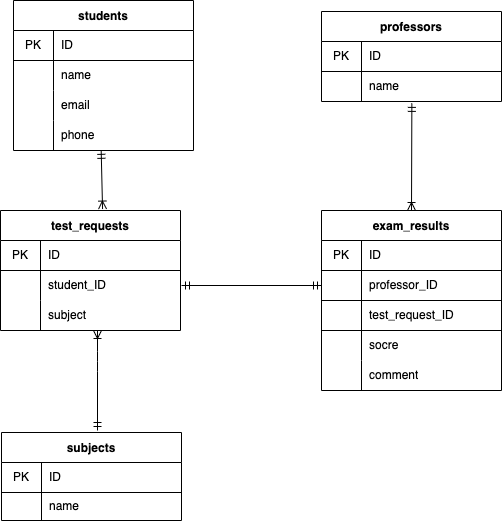
Earlier version of the draw.io export exercice.drawio.png (diaaa0219/drawio_exercice8). Source tidied: cells renumbered, new cells last; positions are measured from the earlier drawing's top-left corner, leaving out a move shared by most shapes.
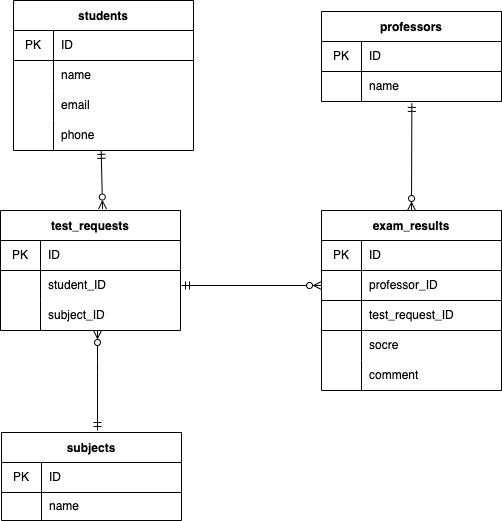
After the commit.

Change to the diagram source:
```diff
@@ -41,7 +41,7 @@
     <mxCell id="14" value="phone" style="shape=partialRectangle;html=1;whiteSpace=wrap;fillColor=none;top=0;left=0;bottom=0;right=0;align=left;spacingLeft=6;overflow=hidden;" parent="12" vertex="1">
       <mxGeometry x="40" width="140" height="30" as="geometry" />
     </mxCell>
-    <mxCell id="15" style="edgeStyle=none;html=1;exitX=0.567;exitY=-0.012;exitDx=0;exitDy=0;endArrow=ERmandOne;endFill=0;startArrow=ERoneToMany;startFill=0;entryX=0.501;entryY=0.961;entryDx=0;entryDy=0;entryPerimeter=0;exitPerimeter=0;" parent="1" edge="1" source="24">
+    <mxCell id="15" style="edgeStyle=none;html=1;exitX=0.567;exitY=-0.012;exitDx=0;exitDy=0;endArrow=ERmandOne;endFill=0;startArrow=ERzeroToMany;startFill=0;entryX=0.501;entryY=0.961;entryDx=0;entryDy=0;entryPerimeter=0;exitPerimeter=0;" parent="1" edge="1" source="24">
       <mxGeometry relative="1" as="geometry">
         <mxPoint x="100.7" y="149.8" as="targetPoint" />
       </mxGeometry>
@@ -67,7 +67,7 @@
     <mxCell id="22" value="name" style="shape=partialRectangle;html=1;whiteSpace=wrap;fillColor=none;top=0;left=0;bottom=0;right=0;align=left;spacingLeft=6;overflow=hidden;" parent="20" vertex="1">
       <mxGeometry x="40" width="140" height="30" as="geometry" />
     </mxCell>
-    <mxCell id="23" style="edgeStyle=none;html=1;startArrow=ERmandOne;startFill=0;endArrow=ERoneToMany;endFill=0;" parent="1" edge="1">
+    <mxCell id="23" style="edgeStyle=none;html=1;startArrow=ERmandOne;startFill=0;endArrow=ERzeroToMany;endFill=0;" parent="1" edge="1">
       <mxGeometry relative="1" as="geometry">
         <mxPoint x="97" y="430" as="sourcePoint" />
         <mxPoint x="97" y="330" as="targetPoint" />
@@ -103,7 +103,7 @@
     <mxCell id="32" style="shape=partialRectangle;html=1;whiteSpace=wrap;fillColor=none;top=0;left=0;bottom=0;right=0;overflow=hidden;" parent="31" vertex="1">
       <mxGeometry width="40" height="30" as="geometry" />
     </mxCell>
-    <mxCell id="33" value="subject" style="shape=partialRectangle;html=1;whiteSpace=wrap;fillColor=none;top=0;left=0;bottom=0;right=0;align=left;spacingLeft=6;overflow=hidden;" parent="31" vertex="1">
+    <mxCell id="33" value="subject_ID" style="shape=partialRectangle;html=1;whiteSpace=wrap;fillColor=none;top=0;left=0;bottom=0;right=0;align=left;spacingLeft=6;overflow=hidden;" parent="31" vertex="1">
       <mxGeometry x="40" width="140" height="30" as="geometry" />
     </mxCell>
     <mxCell id="34" value="subjects" style="shape=table;startSize=30;rowLines=0;fontStyle=1;align=center;" parent="1" vertex="1">
@@ -127,7 +127,7 @@
     <mxCell id="40" value="name" style="shape=partialRectangle;html=1;whiteSpace=wrap;fillColor=none;top=0;left=0;bottom=0;right=0;align=left;spacingLeft=6;overflow=hidden;" parent="38" vertex="1">
       <mxGeometry x="40" width="140" height="28" as="geometry" />
     </mxCell>
-    <mxCell id="41" style="edgeStyle=none;html=1;exitX=0.5;exitY=0;exitDx=0;exitDy=0;entryX=0.502;entryY=1.063;entryDx=0;entryDy=0;entryPerimeter=0;startArrow=ERoneToMany;startFill=0;endArrow=ERmandOne;endFill=0;" parent="1" edge="1" source="42" target="20">
+    <mxCell id="41" style="edgeStyle=none;html=1;exitX=0.5;exitY=0;exitDx=0;exitDy=0;entryX=0.502;entryY=1.063;entryDx=0;entryDy=0;entryPerimeter=0;startArrow=ERzeroToMany;startFill=0;endArrow=ERmandOne;endFill=0;" parent="1" edge="1" source="42" target="20">
       <mxGeometry relative="1" as="geometry" />
     </mxCell>
     <mxCell id="42" value="exam_results" style="shape=table;startSize=30;rowLines=0;fontStyle=1;align=center;" parent="1" vertex="1">
@@ -178,7 +178,7 @@
     <mxCell id="57" value="comment" style="shape=partialRectangle;html=1;whiteSpace=wrap;fillColor=none;top=0;left=0;bottom=0;right=0;align=left;spacingLeft=6;overflow=hidden;" parent="55" vertex="1">
       <mxGeometry x="40" width="140" height="30" as="geometry" />
     </mxCell>
-    <mxCell id="58" style="edgeStyle=none;html=1;entryX=0;entryY=0.5;entryDx=0;entryDy=0;startArrow=ERmandOne;startFill=0;endArrow=ERmandOne;endFill=0;" parent="1" edge="1" target="46">
+    <mxCell id="58" style="edgeStyle=none;html=1;entryX=0;entryY=0.5;entryDx=0;entryDy=0;startArrow=ERmandOne;startFill=0;endArrow=ERzeroToMany;endFill=0;" parent="1" edge="1" target="46">
       <mxGeometry relative="1" as="geometry">
         <mxPoint x="181" y="285" as="sourcePoint" />
       </mxGeometry>
```
